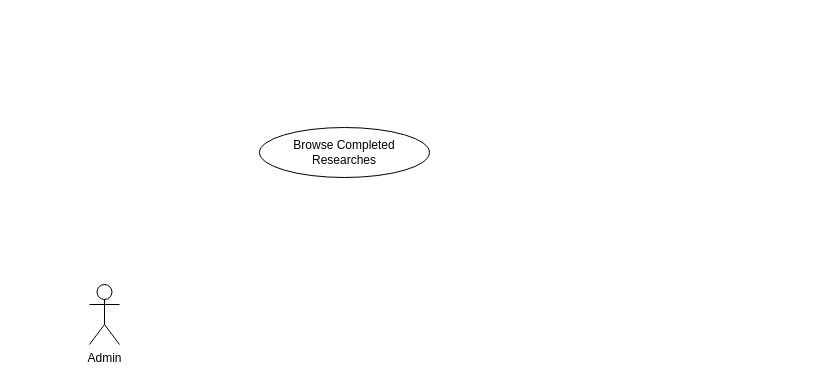
The draw.io diagram page "student" (4 of 4) of user_flow_diagram.drawio in reynchick/mciistcrepo, before the edit. Source tidied: cells renumbered, new cells numbered last; positions are measured from the earlier drawing's top-left corner, leaving out a move shared by most shapes. Both pictures are drawn from the tidied source at 100%, with x=0, y=0 at pixel (89, 127).
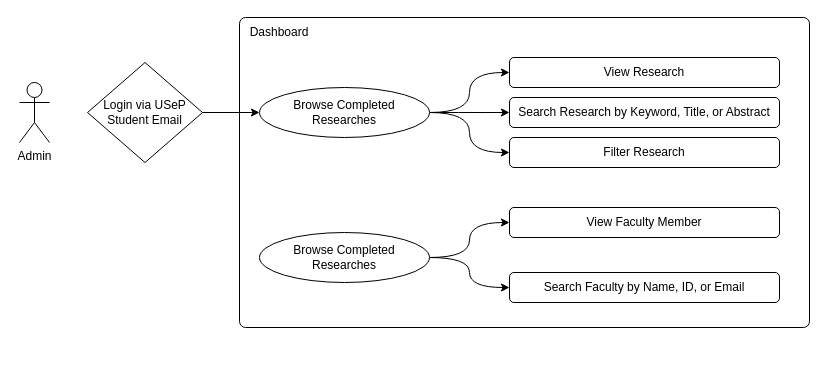
The same diagram, later.

The edit, as a diff of the source:
```diff
@@
 <mxGraphModel>
   <root>
     <mxCell id="0" />
     <mxCell id="1" parent="0" />
+    <mxCell id="4" style="rounded=1;whiteSpace=wrap;html=1;arcSize=2;" parent="1" vertex="1">
+      <mxGeometry x="150" y="-110" width="570" height="310" as="geometry" />
+    </mxCell>
     <mxCell id="2" value="Admin" style="shape=umlActor;verticalLabelPosition=bottom;verticalAlign=top;html=1;" parent="1" vertex="1">
-      <mxGeometry y="157" width="30" height="60" as="geometry" />
+      <mxGeometry x="-70" y="-45" width="30" height="60" as="geometry" />
     </mxCell>
+    <mxCell id="5" style="edgeStyle=orthogonalEdgeStyle;rounded=0;jettySize=auto;html=1;curved=1;" parent="1" edge="1" source="3" target="10">
+      <mxGeometry relative="1" as="geometry" />
+    </mxCell>
+    <mxCell id="6" style="edgeStyle=orthogonalEdgeStyle;rounded=0;jettySize=auto;html=1;curved=1;" parent="1" edge="1" source="3" target="11">
+      <mxGeometry relative="1" as="geometry" />
+    </mxCell>
+    <mxCell id="7" style="edgeStyle=orthogonalEdgeStyle;rounded=0;jettySize=auto;html=1;curved=1;" parent="1" edge="1" source="3" target="12">
+      <mxGeometry relative="1" as="geometry" />
+    </mxCell>
     <mxCell id="3" value="Browse Completed Researches" style="ellipse;whiteSpace=wrap;html=1;shapeInside=1;" parent="1" vertex="1">
-      <mxGeometry x="170" width="170" height="50" as="geometry" />
+      <mxGeometry x="170" y="-40" width="170" height="50" as="geometry" />
     </mxCell>
+    <mxCell id="8" style="edgeStyle=orthogonalEdgeStyle;rounded=0;jettySize=auto;html=1;entryX=0;entryY=0.5;entryDx=0;entryDy=0;" parent="1" edge="1" source="9" target="3">
+      <mxGeometry relative="1" as="geometry" />
+    </mxCell>
+    <mxCell id="9" value="Login via USeP Student Email" style="rhombus;whiteSpace=wrap;html=1;shapeInside=1;" parent="1" vertex="1">
+      <mxGeometry x="-2" y="-65" width="115" height="100" as="geometry" />
+    </mxCell>
+    <mxCell id="10" value="View Research" style="rounded=1;whiteSpace=wrap;html=1;" parent="1" vertex="1">
+      <mxGeometry x="420" y="-70" width="270" height="30" as="geometry" />
+    </mxCell>
+    <mxCell id="11" value="Search Research by Keyword, Title, or Abstract" style="rounded=1;whiteSpace=wrap;html=1;" parent="1" vertex="1">
+      <mxGeometry x="420" y="-30" width="270" height="30" as="geometry" />
+    </mxCell>
+    <mxCell id="12" value="Filter Research" style="rounded=1;whiteSpace=wrap;html=1;" parent="1" vertex="1">
+      <mxGeometry x="420" y="10" width="270" height="30" as="geometry" />
+    </mxCell>
+    <mxCell id="13" style="edgeStyle=orthogonalEdgeStyle;rounded=0;jettySize=auto;html=1;curved=1;" parent="1" edge="1" source="15" target="16">
+      <mxGeometry relative="1" as="geometry" />
+    </mxCell>
+    <mxCell id="14" style="edgeStyle=orthogonalEdgeStyle;rounded=0;jettySize=auto;html=1;curved=1;" parent="1" edge="1" source="15" target="17">
+      <mxGeometry relative="1" as="geometry" />
+    </mxCell>
+    <mxCell id="15" value="Browse Completed Researches" style="ellipse;whiteSpace=wrap;html=1;shapeInside=1;" parent="1" vertex="1">
+      <mxGeometry x="170" y="105" width="170" height="50" as="geometry" />
+    </mxCell>
+    <mxCell id="16" value="View Faculty Member" style="rounded=1;whiteSpace=wrap;html=1;" parent="1" vertex="1">
+      <mxGeometry x="420" y="80" width="270" height="30" as="geometry" />
+    </mxCell>
+    <mxCell id="17" value="Search Faculty by Name, ID, or Email" style="rounded=1;whiteSpace=wrap;html=1;" parent="1" vertex="1">
+      <mxGeometry x="420" y="145" width="270" height="30" as="geometry" />
+    </mxCell>
+    <mxCell id="18" value="Dashboard" style="text;html=1;whiteSpace=wrap;strokeColor=none;fillColor=none;align=center;verticalAlign=middle;rounded=0;" parent="1" vertex="1">
+      <mxGeometry x="150" y="-110" width="80" height="30" as="geometry" />
+    </mxCell>
   </root>
 </mxGraphModel>
```
